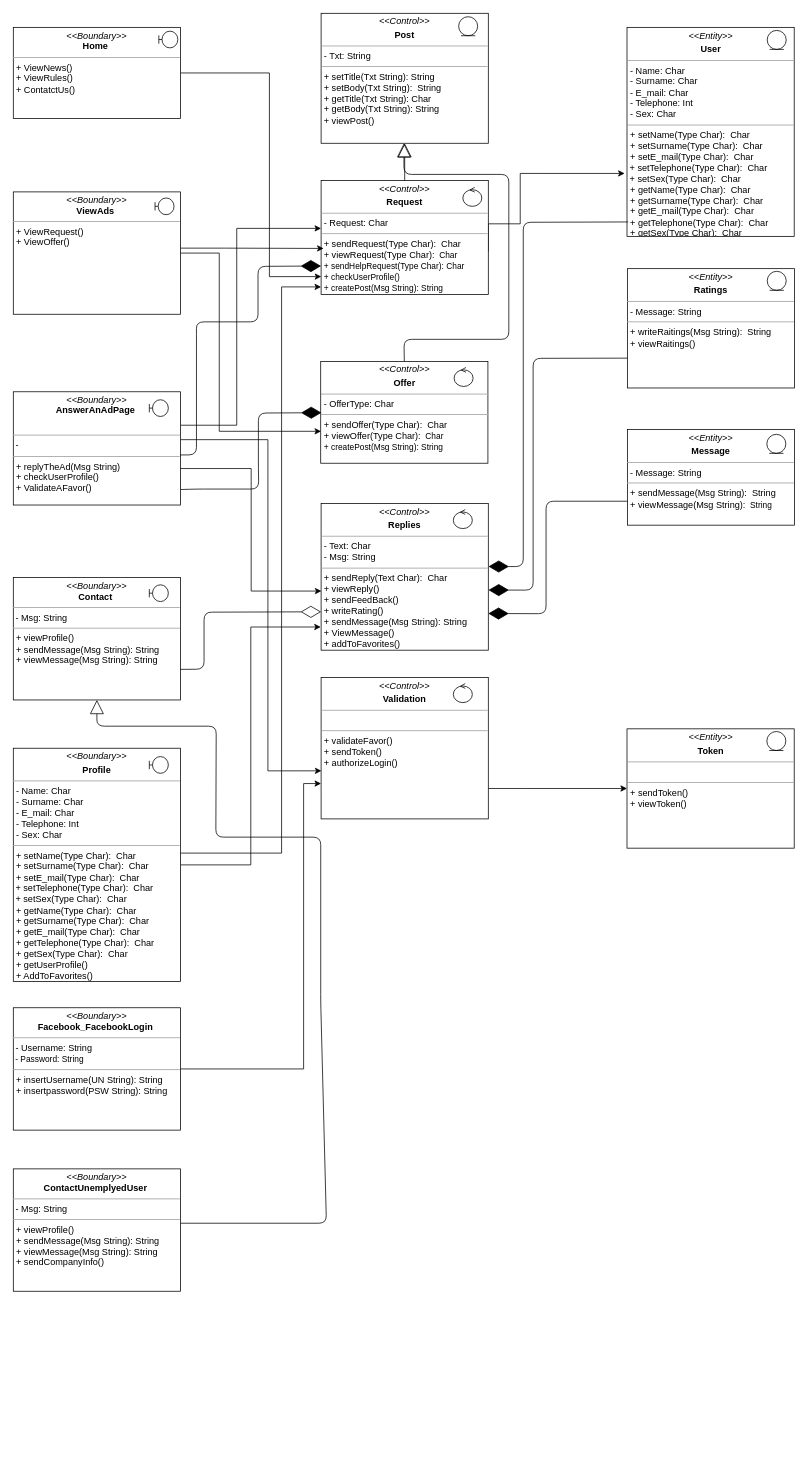
Above: ClassDiagram.drawio in Torkin1/ISPW_project (draw.io), before the change. Source tidied: cells renumbered, new cells numbered last; positions are measured from the earlier drawing's top-left corner, leaving out a move shared by most shapes. Both pictures are drawn from the tidied source at 76%, with x=0, y=0 at pixel (13, 13).
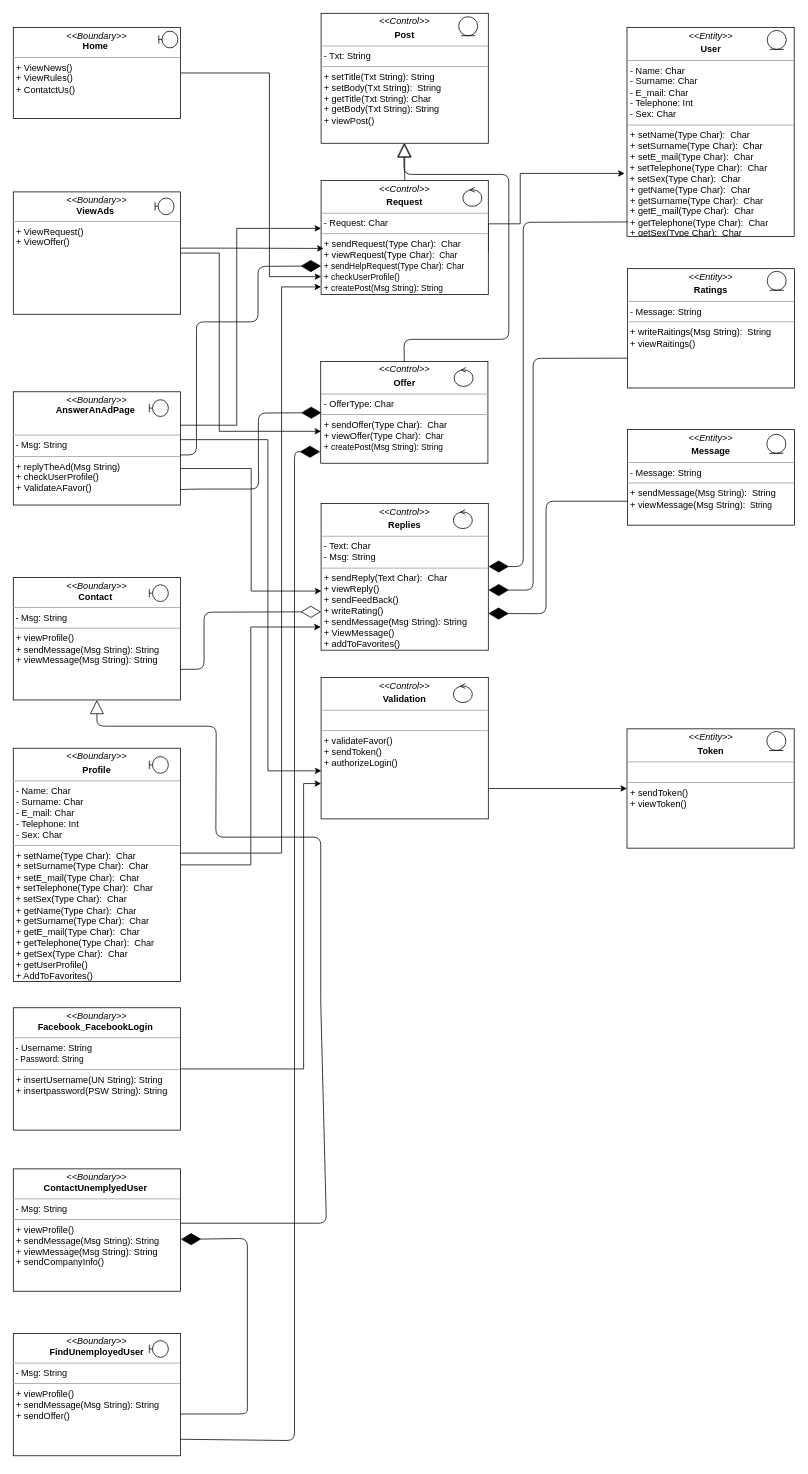
The same diagram, later.

The change refers to these unchanged cells:
```xml
<mxCell id="4" value="&lt;p style=&quot;margin: 0px ; margin-top: 4px ; text-align: center&quot;&gt;&lt;font style=&quot;font-size: 12px&quot;&gt;&lt;i&gt;&amp;lt;&amp;lt;Control&amp;gt;&amp;gt;&lt;/i&gt;&lt;br&gt;&lt;/font&gt;&lt;/p&gt;&lt;p style=&quot;margin: 0px ; margin-top: 4px ; text-align: center&quot;&gt;&lt;font style=&quot;font-size: 12px&quot;&gt;&lt;b&gt;Offer&lt;/b&gt;&lt;/font&gt;&lt;/p&gt;&lt;hr size=&quot;1&quot;&gt;&lt;p style=&quot;margin: 0px 0px 0px 4px&quot;&gt;&lt;font style=&quot;font-size: 12px&quot;&gt;- OfferType: Char&lt;br&gt;&lt;/font&gt;&lt;/p&gt;&lt;hr size=&quot;1&quot;&gt;&lt;p style=&quot;margin: 0px 0px 0px 4px&quot;&gt;+ sendOffer(Type Char):&amp;nbsp; Char&lt;br&gt;+ viewOffer(Type Char):&lt;font style=&quot;font-size: 11px&quot;&gt;&amp;nbsp; Char&lt;/font&gt;&lt;/p&gt;&lt;p style=&quot;margin: 0px 0px 0px 4px&quot;&gt;&lt;font style=&quot;font-size: 11px&quot;&gt;+ createPost(Msg String): String&lt;/font&gt;&lt;/p&gt;" style="verticalAlign=top;align=left;overflow=fill;fontSize=12;fontFamily=Helvetica;html=1;rounded=0;shadow=0;comic=0;labelBackgroundColor=none;strokeWidth=1;" parent="1" vertex="1">
  <mxGeometry x="404.5" y="458" width="220" height="134" as="geometry" />
</mxCell>
<mxCell id="51" value="&lt;p style=&quot;margin: 0px ; margin-top: 4px ; text-align: center&quot;&gt;&lt;i&gt;&amp;lt;&amp;lt;Boundary&amp;gt;&amp;gt;&lt;/i&gt;&lt;br&gt;&lt;b&gt;ContactUnemplyedUser&amp;nbsp;&lt;/b&gt;&lt;/p&gt;&lt;hr size=&quot;1&quot;&gt;&lt;p style=&quot;margin: 0px 0px 0px 4px&quot;&gt;&lt;/p&gt;&lt;font style=&quot;font-size: 11px&quot;&gt;&lt;span style=&quot;font-size: 12px&quot;&gt;&amp;nbsp;- Msg: String&lt;/span&gt;&lt;br&gt;&lt;hr size=&quot;1&quot; style=&quot;font-size: 12px&quot;&gt;&lt;p style=&quot;font-size: 12px ; margin: 0px 0px 0px 4px&quot;&gt;+ viewProfile()&lt;br&gt;&lt;/p&gt;&lt;p style=&quot;font-size: 12px ; margin: 0px 0px 0px 4px&quot;&gt;+ sendMessage(Msg String): String&lt;/p&gt;&lt;p style=&quot;font-size: 12px ; margin: 0px 0px 0px 4px&quot;&gt;+ viewMessage(Msg String): String&lt;/p&gt;&lt;p style=&quot;font-size: 12px ; margin: 0px 0px 0px 4px&quot;&gt;+ sendCompanyInfo()&lt;/p&gt;&lt;/font&gt;" style="verticalAlign=top;align=left;overflow=fill;fontSize=12;fontFamily=Helvetica;html=1;rounded=0;shadow=0;comic=0;labelBackgroundColor=none;strokeWidth=1;" parent="1" vertex="1">
  <mxGeometry y="1520.5" width="220" height="161" as="geometry" />
</mxCell>
```

Diff of the diagram source:
```diff
@@
-    <mxCell id="11" value="&lt;p style=&quot;margin: 0px ; margin-top: 4px ; text-align: center&quot;&gt;&lt;i&gt;&amp;lt;&amp;lt;Boundary&amp;gt;&amp;gt;&lt;/i&gt;&lt;br&gt;&lt;b&gt;Contact&amp;nbsp;&lt;/b&gt;&lt;/p&gt;&lt;hr size=&quot;1&quot;&gt;&lt;p style=&quot;margin: 0px 0px 0px 4px&quot;&gt;&lt;/p&gt;&lt;font style=&quot;font-size: 11px&quot;&gt;&lt;span style=&quot;font-size: 12px&quot;&gt;&amp;nbsp;- Msg: String&lt;/span&gt;&lt;br&gt;&lt;hr size=&quot;1&quot; style=&quot;font-size: 12px&quot;&gt;&lt;p style=&quot;font-size: 12px ; margin: 0px 0px 0px 4px&quot;&gt;+ viewProfile()&lt;br&gt;&lt;/p&gt;&lt;p style=&quot;font-size: 12px ; margin: 0px 0px 0px 4px&quot;&gt;+ sendMessage(Msg String): String&lt;/p&gt;&lt;p style=&quot;font-size: 12px ; margin: 0px 0px 0px 4px&quot;&gt;+ viewMessage(Msg String): String&lt;/p&gt;&lt;/font&gt;" style="verticalAlign=top;align=left;overflow=fill;fontSize=12;fontFamily=Helvetica;html=1;rounded=0;shadow=0;comic=0;labelBackgroundColor=none;strokeWidth=1;" parent="1" vertex="1">
+    <mxCell id="11" value="&lt;p style=&quot;margin: 0px ; margin-top: 4px ; text-align: center&quot;&gt;&lt;i style=&quot;font-weight: normal&quot;&gt;&amp;lt;&amp;lt;Boundary&amp;gt;&amp;gt;&lt;/i&gt;&lt;br&gt;&lt;span&gt;Contact&amp;nbsp;&lt;/span&gt;&lt;/p&gt;&lt;hr size=&quot;1&quot;&gt;&lt;p style=&quot;margin: 0px 0px 0px 4px&quot;&gt;&lt;/p&gt;&lt;font style=&quot;font-size: 11px&quot;&gt;&lt;span style=&quot;font-size: 12px&quot;&gt;&amp;nbsp;&lt;span style=&quot;font-weight: normal&quot;&gt;- Msg: String&lt;/span&gt;&lt;/span&gt;&lt;span style=&quot;font-weight: normal&quot;&gt;&lt;br&gt;&lt;/span&gt;&lt;hr size=&quot;1&quot; style=&quot;font-size: 12px&quot;&gt;&lt;p style=&quot;font-size: 12px ; margin: 0px 0px 0px 4px&quot;&gt;&lt;span style=&quot;font-weight: normal&quot;&gt;+ viewProfile()&lt;br&gt;&lt;/span&gt;&lt;/p&gt;&lt;p style=&quot;font-size: 12px ; margin: 0px 0px 0px 4px&quot;&gt;&lt;span style=&quot;font-weight: normal&quot;&gt;+ sendMessage(Msg String): String&lt;/span&gt;&lt;/p&gt;&lt;p style=&quot;font-size: 12px ; margin: 0px 0px 0px 4px&quot;&gt;&lt;span style=&quot;font-weight: normal&quot;&gt;+ viewMessage(Msg String): String&lt;/span&gt;&lt;/p&gt;&lt;/font&gt;" style="verticalAlign=top;align=left;overflow=fill;fontSize=12;fontFamily=Helvetica;html=1;rounded=0;shadow=0;comic=0;labelBackgroundColor=none;strokeWidth=1;fontStyle=1;" parent="1" vertex="1">
       <mxGeometry y="742.5" width="220" height="161" as="geometry" />
     </mxCell>
@@
-    <mxCell id="16" value="&lt;p style=&quot;margin: 0px ; margin-top: 4px ; text-align: center&quot;&gt;&lt;i&gt;&amp;lt;&amp;lt;Boundary&amp;gt;&amp;gt;&lt;/i&gt;&lt;br&gt;&lt;b&gt;AnswerAnAdPage&amp;nbsp;&lt;/b&gt;&lt;/p&gt;&lt;p style=&quot;margin: 0px ; margin-top: 4px ; text-align: center&quot;&gt;&lt;b&gt;&lt;br&gt;&lt;/b&gt;&lt;/p&gt;&lt;hr size=&quot;1&quot;&gt;&amp;nbsp;-&amp;nbsp;&lt;br&gt;&lt;hr size=&quot;1&quot;&gt;&lt;p style=&quot;margin: 0px 0px 0px 4px&quot;&gt;+ replyTheAd(Msg String)&lt;/p&gt;&lt;p style=&quot;margin: 0px 0px 0px 4px&quot;&gt;&lt;span&gt;+ checkUserProfile()&lt;/span&gt;&lt;/p&gt;&lt;p style=&quot;margin: 0px 0px 0px 4px&quot;&gt;&lt;span&gt;+ ValidateAFavor()&lt;/span&gt;&lt;/p&gt;&lt;p style=&quot;margin: 0px 0px 0px 4px&quot;&gt;&lt;br&gt;&lt;/p&gt;&lt;p style=&quot;margin: 0px 0px 0px 4px&quot;&gt;&lt;/p&gt;" style="verticalAlign=top;align=left;overflow=fill;fontSize=12;fontFamily=Helvetica;html=1;rounded=0;shadow=0;comic=0;labelBackgroundColor=none;strokeWidth=1;" parent="1" vertex="1">
+    <mxCell id="16" value="&lt;p style=&quot;margin: 0px ; margin-top: 4px ; text-align: center&quot;&gt;&lt;i&gt;&amp;lt;&amp;lt;Boundary&amp;gt;&amp;gt;&lt;/i&gt;&lt;br&gt;&lt;b&gt;AnswerAnAdPage&amp;nbsp;&lt;/b&gt;&lt;/p&gt;&lt;p style=&quot;margin: 0px ; margin-top: 4px ; text-align: center&quot;&gt;&lt;b&gt;&lt;br&gt;&lt;/b&gt;&lt;/p&gt;&lt;hr size=&quot;1&quot;&gt;&amp;nbsp;- Msg: String&lt;br&gt;&lt;hr size=&quot;1&quot;&gt;&lt;p style=&quot;margin: 0px 0px 0px 4px&quot;&gt;+ replyTheAd(Msg String)&lt;/p&gt;&lt;p style=&quot;margin: 0px 0px 0px 4px&quot;&gt;&lt;span&gt;+ checkUserProfile()&lt;/span&gt;&lt;/p&gt;&lt;p style=&quot;margin: 0px 0px 0px 4px&quot;&gt;&lt;span&gt;+ ValidateAFavor()&lt;/span&gt;&lt;/p&gt;&lt;p style=&quot;margin: 0px 0px 0px 4px&quot;&gt;&lt;br&gt;&lt;/p&gt;&lt;p style=&quot;margin: 0px 0px 0px 4px&quot;&gt;&lt;/p&gt;" style="verticalAlign=top;align=left;overflow=fill;fontSize=12;fontFamily=Helvetica;html=1;rounded=0;shadow=0;comic=0;labelBackgroundColor=none;strokeWidth=1;" parent="1" vertex="1">
       <mxGeometry y="498" width="220" height="149" as="geometry" />
     </mxCell>
@@
-    <mxCell id="27" style="shape=umlBoundary;whiteSpace=wrap;html=1;" parent="1" vertex="1">
+    <mxCell id="27" style="shape=umlBoundary;whiteSpace=wrap;html=1;fontStyle=1;" parent="1" vertex="1">
       <mxGeometry x="179" y="752" width="25" height="22" as="geometry" />
     </mxCell>
@@
+    <mxCell id="52" value="&lt;p style=&quot;margin: 0px ; margin-top: 4px ; text-align: center&quot;&gt;&lt;i&gt;&amp;lt;&amp;lt;Boundary&amp;gt;&amp;gt;&lt;/i&gt;&lt;br&gt;&lt;b&gt;FindUnemployedUser&lt;/b&gt;&lt;/p&gt;&lt;hr size=&quot;1&quot;&gt;&lt;p style=&quot;margin: 0px 0px 0px 4px&quot;&gt;&lt;/p&gt;&lt;font style=&quot;font-size: 11px&quot;&gt;&lt;span style=&quot;font-size: 12px&quot;&gt;&amp;nbsp;- Msg: String&lt;/span&gt;&lt;br&gt;&lt;hr size=&quot;1&quot; style=&quot;font-size: 12px&quot;&gt;&lt;p style=&quot;font-size: 12px ; margin: 0px 0px 0px 4px&quot;&gt;+ viewProfile()&lt;br&gt;&lt;/p&gt;&lt;p style=&quot;font-size: 12px ; margin: 0px 0px 0px 4px&quot;&gt;+ sendMessage(Msg String): String&lt;/p&gt;&lt;p style=&quot;font-size: 12px ; margin: 0px 0px 0px 4px&quot;&gt;+ sendOffer()&lt;br&gt;&lt;/p&gt;&lt;/font&gt;" style="verticalAlign=top;align=left;overflow=fill;fontSize=12;fontFamily=Helvetica;html=1;rounded=0;shadow=0;comic=0;labelBackgroundColor=none;strokeWidth=1;" parent="1" vertex="1">
+      <mxGeometry y="1737" width="220" height="161" as="geometry" />
+    </mxCell>
+    <mxCell id="53" style="shape=umlBoundary;whiteSpace=wrap;html=1;" parent="1" vertex="1">
+      <mxGeometry x="179" y="1746.5" width="25" height="22" as="geometry" />
+    </mxCell>
+    <mxCell id="54" style="endArrow=diamondThin;endFill=1;endSize=24;html=1;entryX=1.002;entryY=0.576;entryDx=0;entryDy=0;entryPerimeter=0;" parent="1" edge="1" target="51">
+      <mxGeometry relative="1" as="geometry">
+        <mxPoint x="220" y="1843" as="sourcePoint" />
+        <Array as="points">
+          <mxPoint x="308" y="1843" />
+          <mxPoint x="308" y="1832" />
+          <mxPoint x="308" y="1612" />
+        </Array>
+      </mxGeometry>
+    </mxCell>
+    <mxCell id="55" style="endArrow=diamondThin;endFill=1;endSize=24;html=1;entryX=-0.003;entryY=0.887;entryDx=0;entryDy=0;entryPerimeter=0;exitX=0.997;exitY=0.865;exitDx=0;exitDy=0;exitPerimeter=0;" parent="1" edge="1" source="52" target="4">
+      <mxGeometry relative="1" as="geometry">
+        <Array as="points">
+          <mxPoint x="370" y="1878" />
+          <mxPoint x="370" y="577" />
+        </Array>
+      </mxGeometry>
+    </mxCell>
```
